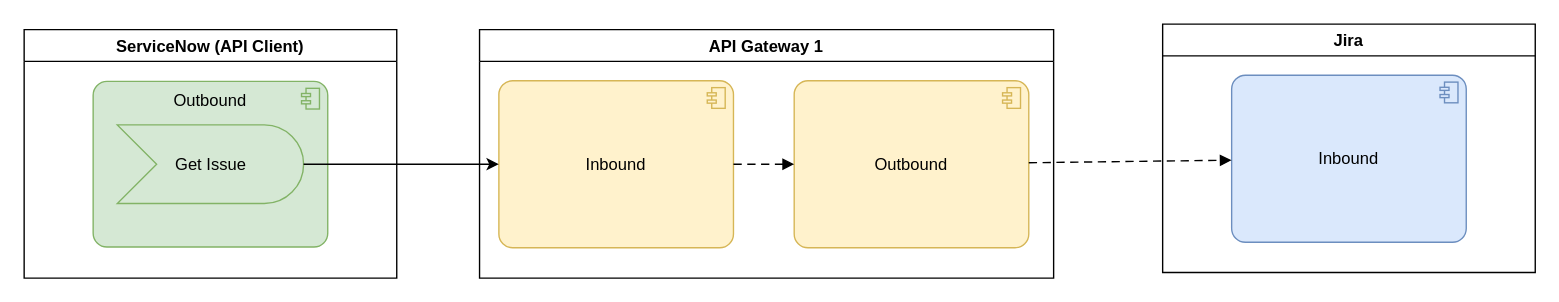
This is Rossmann.drawio from algimas/tmp, a draw.io file, before an edit. Source tidied: cells renumbered, new cells numbered last; positions are measured from the earlier drawing's top-left corner, leaving out a move shared by most shapes. Both pictures are drawn from the tidied source at 138%, with x=0, y=0 at pixel (23, 23).
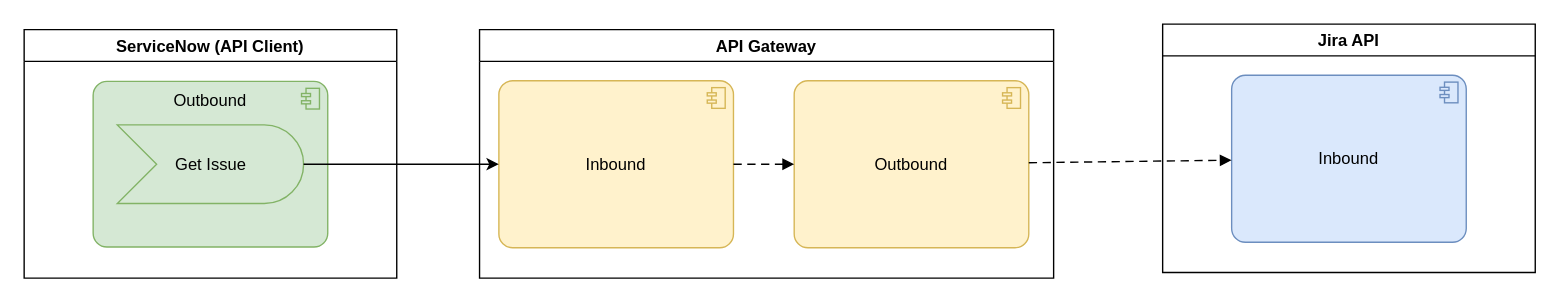
After the change.

Diff of the diagram source:
```diff
@@
 <mxGraphModel>
   <root>
     <mxCell id="0" />
     <mxCell id="1" parent="0" />
-    <mxCell id="2" value="API Gateway 1" style="swimlane;" parent="1" vertex="1">
+    <mxCell id="2" value="API Gateway" style="swimlane;" parent="1" vertex="1">
       <mxGeometry x="330" y="4" width="416" height="180" as="geometry" />
     </mxCell>
     <mxCell id="3" value="Inbound" style="html=1;outlineConnect=0;whiteSpace=wrap;fillColor=#fff2cc;shape=mxgraph.archimate3.application;appType=comp;archiType=rounded;strokeColor=#d6b656;verticalAlign=middle;fontStyle=0;" parent="2" vertex="1">
       <mxGeometry x="14" y="37" width="170" height="121" as="geometry" />
     </mxCell>
     <mxCell id="4" value="Outbound" style="html=1;outlineConnect=0;whiteSpace=wrap;fillColor=#fff2cc;shape=mxgraph.archimate3.application;appType=comp;archiType=rounded;strokeColor=#d6b656;verticalAlign=middle;fontStyle=0;" parent="2" vertex="1">
       <mxGeometry x="228" y="37" width="170" height="121" as="geometry" />
     </mxCell>
     <mxCell id="5" style="html=1;endArrow=block;dashed=1;elbow=vertical;endFill=1;dashPattern=6 4;rounded=0;fontSize=12;fontStyle=0;" parent="2" edge="1" source="3" target="4">
       <mxGeometry relative="1" as="geometry" />
     </mxCell>
     <mxCell id="6" value="ServiceNow (API Client)" style="swimlane;" parent="1" vertex="1">
       <mxGeometry y="4" width="270" height="180" as="geometry" />
     </mxCell>
     <mxCell id="7" value="Outbound" style="html=1;whiteSpace=wrap;fillColor=#d5e8d4;shape=mxgraph.archimate3.application;appType=comp;archiType=rounded;strokeColor=#82b366;verticalAlign=top;fontStyle=0;" parent="6" vertex="1">
       <mxGeometry x="50" y="37.5" width="170" height="120" as="geometry" />
     </mxCell>
     <mxCell id="8" value="Get Issue" style="html=1;outlineConnect=0;whiteSpace=wrap;fillColor=#d5e8d4;shape=mxgraph.archimate3.event;strokeColor=#82b366;fontStyle=0;" parent="6" vertex="1">
       <mxGeometry x="67.5" y="69" width="135" height="57" as="geometry" />
     </mxCell>
-    <mxCell id="9" value="Jira" style="swimlane;" parent="1" vertex="1">
+    <mxCell id="9" value="Jira API" style="swimlane;" parent="1" vertex="1">
       <mxGeometry x="825" width="270" height="180" as="geometry" />
     </mxCell>
     <mxCell id="10" value="Inbound" style="html=1;outlineConnect=0;whiteSpace=wrap;fillColor=#dae8fc;shape=mxgraph.archimate3.application;appType=comp;archiType=rounded;strokeColor=#6c8ebf;verticalAlign=middle;fontStyle=0;" parent="9" vertex="1">
       <mxGeometry x="50" y="37" width="170" height="121" as="geometry" />
     </mxCell>
     <mxCell id="11" style="edgeStyle=none;rounded=0;jettySize=auto;html=1;fontSize=6;fontStyle=0;" parent="1" edge="1" source="8" target="3">
       <mxGeometry relative="1" as="geometry" />
     </mxCell>
     <mxCell id="12" style="html=1;endArrow=block;dashed=1;elbow=vertical;endFill=1;dashPattern=6 4;rounded=0;fontSize=12;fontStyle=0;" parent="1" edge="1" source="4" target="10">
       <mxGeometry relative="1" as="geometry" />
     </mxCell>
   </root>
 </mxGraphModel>
```
